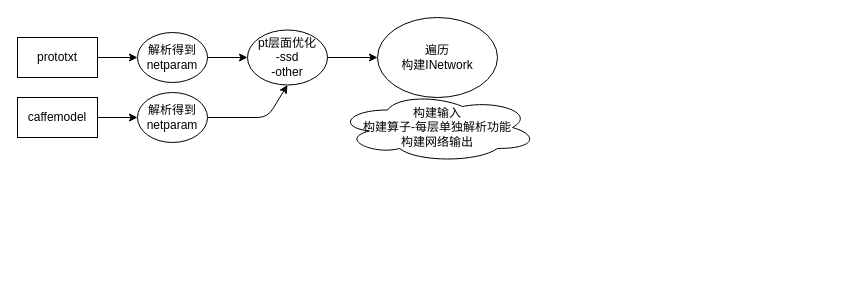
Earlier version of the draw.io diagram Untitled Diagram.drawio (AwesomePH/notes). Source tidied: cells renumbered, new cells numbered last; positions are measured from the earlier drawing's top-left corner, leaving out a move shared by most shapes. Both pictures are drawn from the tidied source at 100%, with x=0, y=0 at pixel (17, 17).
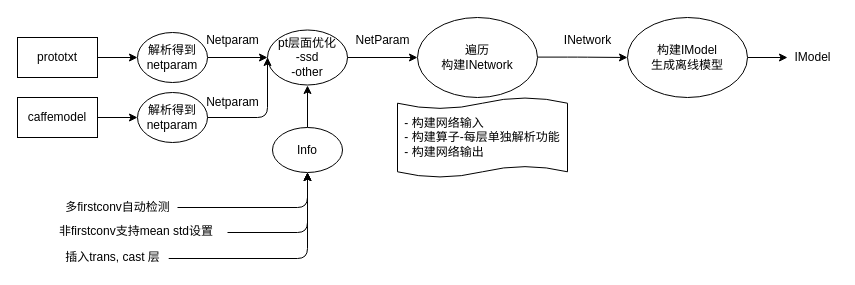
The same diagram, later.

The change refers to these unchanged cells:
```xml
<mxCell id="9" value="解析得到netparam" style="ellipse;whiteSpace=wrap;html=1;" parent="1" vertex="1">
  <mxGeometry x="120" y="75" width="70" height="50" as="geometry" />
</mxCell>
```

Diff of the diagram source:
```diff
@@
     <mxCell id="5" value="pt层面优化&lt;br&gt;-ssd&lt;br&gt;-other" style="ellipse;whiteSpace=wrap;html=1;" parent="1" vertex="1">
-      <mxGeometry x="230" y="12.5" width="80" height="55" as="geometry" />
+      <mxGeometry x="250" y="12.5" width="80" height="55" as="geometry" />
     </mxCell>
@@
-    <mxCell id="7" style="endArrow=classic;html=1;exitX=1;exitY=0.5;exitDx=0;exitDy=0;" parent="1" edge="1">
+    <mxCell id="7" style="endArrow=classic;html=1;exitX=1;exitY=0.5;exitDx=0;exitDy=0;entryX=0;entryY=0.5;entryDx=0;entryDy=0;" parent="1" edge="1" target="5">
       <mxGeometry relative="1" as="geometry">
         <mxPoint x="190" y="40" as="sourcePoint" />
-        <mxPoint x="230" y="40" as="targetPoint" />
       </mxGeometry>
     </mxCell>
@@
-    <mxCell id="10" style="endArrow=classic;html=1;exitX=1;exitY=0.5;exitDx=0;exitDy=0;entryX=0.5;entryY=1;entryDx=0;entryDy=0;" parent="1" edge="1" source="9" target="5">
+    <mxCell id="10" style="endArrow=classic;html=1;exitX=1;exitY=0.5;exitDx=0;exitDy=0;entryX=0;entryY=0.5;entryDx=0;entryDy=0;" parent="1" edge="1" source="9" target="5">
       <mxGeometry relative="1" as="geometry">
         <Array as="points">
           <mxPoint x="250" y="100" />
         </Array>
       </mxGeometry>
     </mxCell>
-    <mxCell id="11" style="endArrow=classic;html=1;exitX=1;exitY=0.5;exitDx=0;exitDy=0;" parent="1" edge="1" source="5">
-      <mxGeometry relative="1" as="geometry">
-        <mxPoint x="360" y="40" as="targetPoint" />
-      </mxGeometry>
+    <mxCell id="11" style="endArrow=classic;html=1;exitX=1;exitY=0.5;exitDx=0;exitDy=0;entryX=0;entryY=0.5;entryDx=0;entryDy=0;" parent="1" edge="1" source="5" target="12">
+      <mxGeometry relative="1" as="geometry" />
     </mxCell>
     <mxCell id="12" value="遍历&lt;br&gt;构建INetwork" style="ellipse;whiteSpace=wrap;html=1;" parent="1" vertex="1">
-      <mxGeometry x="360" width="120" height="80" as="geometry" />
+      <mxGeometry x="400" width="120" height="80" as="geometry" />
     </mxCell>
-    <mxCell id="13" value="&lt;span&gt;构建输入&lt;/span&gt;&lt;br&gt;&lt;span&gt;构建算子-每层单独解析功能&lt;/span&gt;&lt;br&gt;&lt;span&gt;构建网络输出&lt;/span&gt;" style="ellipse;shape=cloud;whiteSpace=wrap;html=1;" parent="1" vertex="1">
-      <mxGeometry x="320" y="75" width="200" height="70" as="geometry" />
-    </mxCell>
+    <mxCell id="14" value="&lt;div align=&quot;left&quot;&gt;&lt;span&gt;- 构建网络输入&lt;/span&gt;&lt;br&gt;&lt;span&gt;- 构建算子-每层单独解析功能&lt;/span&gt;&lt;br&gt;&lt;span&gt;- 构建网络输出&lt;/span&gt;&lt;/div&gt;" style="shape=tape;whiteSpace=wrap;html=1;size=0.14285714285714285;" parent="1" vertex="1">
+      <mxGeometry x="380" y="80" width="170" height="80" as="geometry" />
+    </mxCell>
+    <mxCell id="15" style="endArrow=classic;html=1;exitX=1;exitY=0.5;exitDx=0;exitDy=0;entryX=0;entryY=0.5;entryDx=0;entryDy=0;" parent="1" edge="1" target="21">
+      <mxGeometry relative="1" as="geometry">
+        <mxPoint x="520" y="39.6" as="sourcePoint" />
+        <Array as="points">
+          <mxPoint x="560" y="39.6" />
+        </Array>
+      </mxGeometry>
+    </mxCell>
+    <mxCell id="16" value="NetParam" style="text;html=1;align=center;verticalAlign=middle;" parent="1" vertex="1">
+      <mxGeometry x="330" y="12.5" width="70" height="20" as="geometry" />
+    </mxCell>
+    <mxCell id="17" value="&lt;div&gt;INetwork&lt;/div&gt;" style="text;html=1;align=center;verticalAlign=middle;" parent="1" vertex="1">
+      <mxGeometry x="540" y="12.5" width="60" height="20" as="geometry" />
+    </mxCell>
+    <mxCell id="18" value="Netparam" style="text;html=1;align=center;verticalAlign=middle;" parent="1" vertex="1">
+      <mxGeometry x="180" y="12.5" width="70" height="20" as="geometry" />
+    </mxCell>
+    <mxCell id="19" value="Netparam" style="text;html=1;align=center;verticalAlign=middle;" parent="1" vertex="1">
+      <mxGeometry x="180" y="75" width="70" height="20" as="geometry" />
+    </mxCell>
+    <mxCell id="20" style="edgeStyle=orthogonalEdgeStyle;rounded=0;jettySize=auto;html=1;" parent="1" edge="1" source="21" target="22">
+      <mxGeometry relative="1" as="geometry" />
+    </mxCell>
+    <mxCell id="21" value="&lt;div&gt;构建IModel&lt;/div&gt;&lt;div&gt;生成离线模型&lt;br&gt;&lt;/div&gt;" style="ellipse;whiteSpace=wrap;html=1;" parent="1" vertex="1">
+      <mxGeometry x="610" width="120" height="80" as="geometry" />
+    </mxCell>
+    <mxCell id="22" value="&lt;div&gt;IModel&lt;/div&gt;" style="text;html=1;align=center;verticalAlign=middle;points=[];" parent="1" vertex="1">
+      <mxGeometry x="770" y="30" width="50" height="20" as="geometry" />
+    </mxCell>
+    <mxCell id="23" value="&lt;div&gt;多firstconv自动检测&lt;/div&gt;" style="text;html=1;align=center;verticalAlign=middle;points=[];" parent="1" vertex="1">
+      <mxGeometry x="40" y="180" width="120" height="20" as="geometry" />
+    </mxCell>
+    <mxCell id="24" value="非firstconv支持mean std设置" style="text;whiteSpace=wrap;html=1;" parent="1" vertex="1">
+      <mxGeometry x="40" y="200" width="170" height="30" as="geometry" />
+    </mxCell>
+    <mxCell id="25" style="endArrow=classic;html=1;entryX=0.5;entryY=1;entryDx=0;entryDy=0;" parent="1" edge="1" source="23" target="30">
+      <mxGeometry relative="1" as="geometry">
+        <Array as="points">
+          <mxPoint x="290" y="190" />
+        </Array>
+      </mxGeometry>
+    </mxCell>
+    <mxCell id="26" style="endArrow=classic;html=1;exitX=1;exitY=0.5;exitDx=0;exitDy=0;entryX=0.5;entryY=1;entryDx=0;entryDy=0;" parent="1" edge="1" source="24" target="30">
+      <mxGeometry relative="1" as="geometry">
+        <Array as="points">
+          <mxPoint x="290" y="215" />
+        </Array>
+      </mxGeometry>
+    </mxCell>
+    <mxCell id="27" value="&lt;div&gt;插入trans, cast 层&lt;/div&gt;" style="text;html=1;align=center;verticalAlign=middle;points=[];" parent="1" vertex="1">
+      <mxGeometry x="40" y="230" width="110" height="20" as="geometry" />
+    </mxCell>
+    <mxCell id="28" style="endArrow=classic;html=1;exitX=1.011;exitY=0.55;exitDx=0;exitDy=0;exitPerimeter=0;entryX=0.5;entryY=1;entryDx=0;entryDy=0;" parent="1" edge="1" source="27" target="30">
+      <mxGeometry relative="1" as="geometry">
+        <Array as="points">
+          <mxPoint x="290" y="241" />
+        </Array>
+      </mxGeometry>
+    </mxCell>
+    <mxCell id="29" style="edgeStyle=orthogonalEdgeStyle;rounded=0;jettySize=auto;html=1;" parent="1" edge="1" source="30">
+      <mxGeometry relative="1" as="geometry">
+        <mxPoint x="290" y="68" as="targetPoint" />
+      </mxGeometry>
+    </mxCell>
+    <mxCell id="30" value="&lt;div&gt;Info&lt;/div&gt;" style="ellipse;whiteSpace=wrap;html=1;" parent="1" vertex="1">
+      <mxGeometry x="255" y="110" width="70" height="45" as="geometry" />
+    </mxCell>
```
